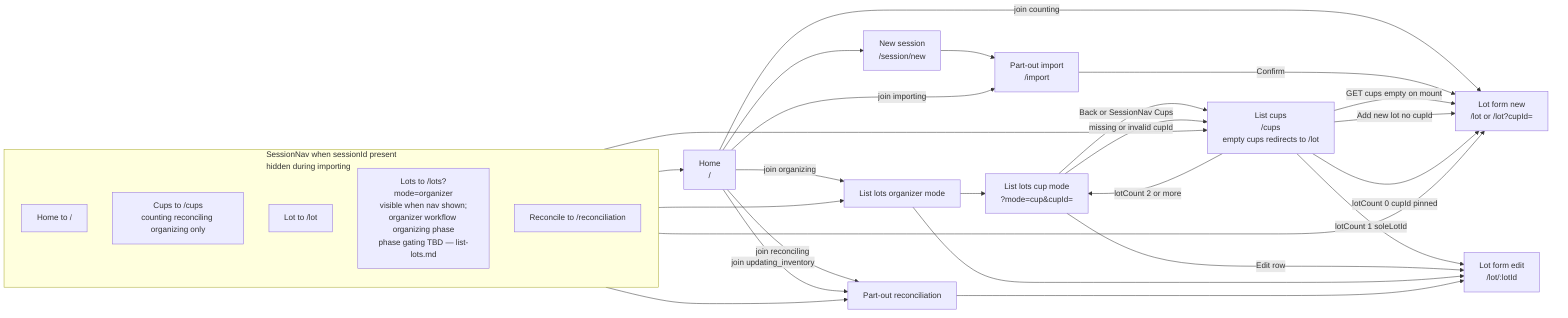
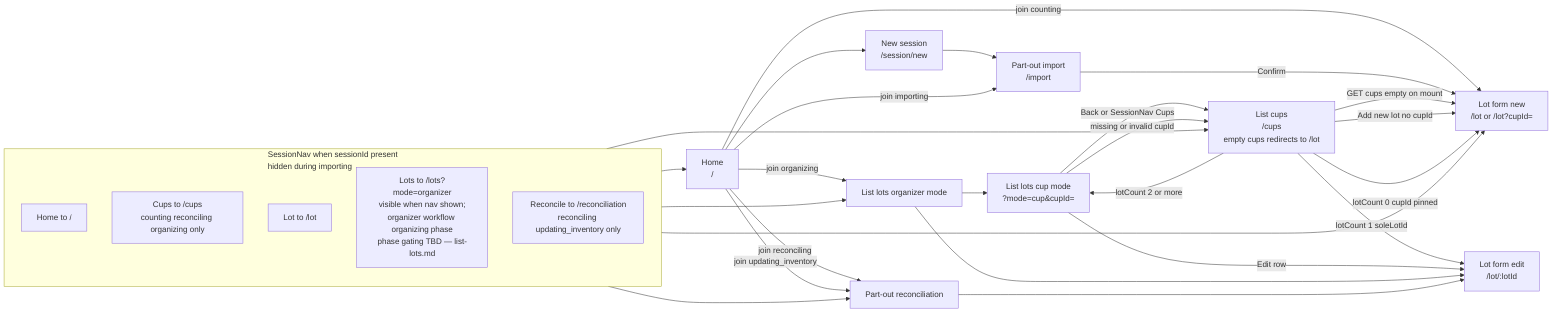
%% View navigation and post-join routing
%% Sources: docs/view-specs/README.md, home.md, new-session.md, list-cups.md, list-lots.md, lot-form.md
%% Cup tap detail: cup-tap-routing.mmd
%% Post-review (2026-06-12): PRs #7–#9 spec–diagram alignment
%% Route shorthand: /import = /session/:sessionId/import (full paths in workflow-storyboard.mmd)

flowchart LR
    HOME["Home<br>/"]

    subgraph sessionNav["SessionNav when sessionId present<br>hidden during importing"]
        direction TB
        NAV_HOME["Home to /"]
        NAV_CUPS["Cups to /cups<br>counting reconciling organizing only"]
        NAV_LOT["Lot to /lot"]
        NAV_LOTS["Lots to /lots?mode=organizer<br>visible when nav shown;<br>organizer workflow organizing phase<br>phase gating TBD — list-lots.md"]
-         NAV_RECON["Reconcile to /reconciliation"]
+         NAV_RECON["Reconcile to /reconciliation<br>reconciling updating_inventory only"]
    end

    NEW["New session<br>/session/new"]
    IMPORT["Part-out import<br>/import"]
    LOT_NEW["Lot form new<br>/lot or /lot?cupId="]
    LOT_EDIT["Lot form edit<br>/lot/:lotId"]
    CUPS["List cups<br>/cups<br>empty cups redirects to /lot"]
    LOTS_CUP["List lots cup mode<br>?mode=cup&cupId="]
    LOTS_ORG["List lots organizer mode"]
    RECON["Part-out reconciliation"]

    HOME --> NEW
    NEW --> IMPORT

    HOME -->|"join importing"| IMPORT
    HOME -->|"join counting"| LOT_NEW
    HOME -->|"join reconciling"| RECON
    HOME -->|"join organizing"| LOTS_ORG
    HOME -->|"join updating_inventory"| RECON

    IMPORT -->|"Confirm"| LOT_NEW

    NAV_HOME --> HOME
    NAV_CUPS --> CUPS
    NAV_LOT --> LOT_NEW
    NAV_LOTS --> LOTS_ORG
    NAV_RECON --> RECON

    CUPS -->|"GET cups empty on mount"| LOT_NEW
    CUPS -->|"Add new lot no cupId"| LOT_NEW
    CUPS -->|"lotCount 0 cupId pinned"| LOT_NEW
    CUPS -->|"lotCount 1 soleLotId"| LOT_EDIT
    CUPS -->|"lotCount 2 or more"| LOTS_CUP
    LOTS_CUP -->|"Edit row"| LOT_EDIT
    LOTS_CUP -->|"Back or SessionNav Cups"| CUPS
    LOTS_CUP -->|"missing or invalid cupId"| CUPS
    LOTS_ORG --> LOT_EDIT
    LOTS_ORG --> LOTS_CUP
    RECON --> LOT_EDIT
